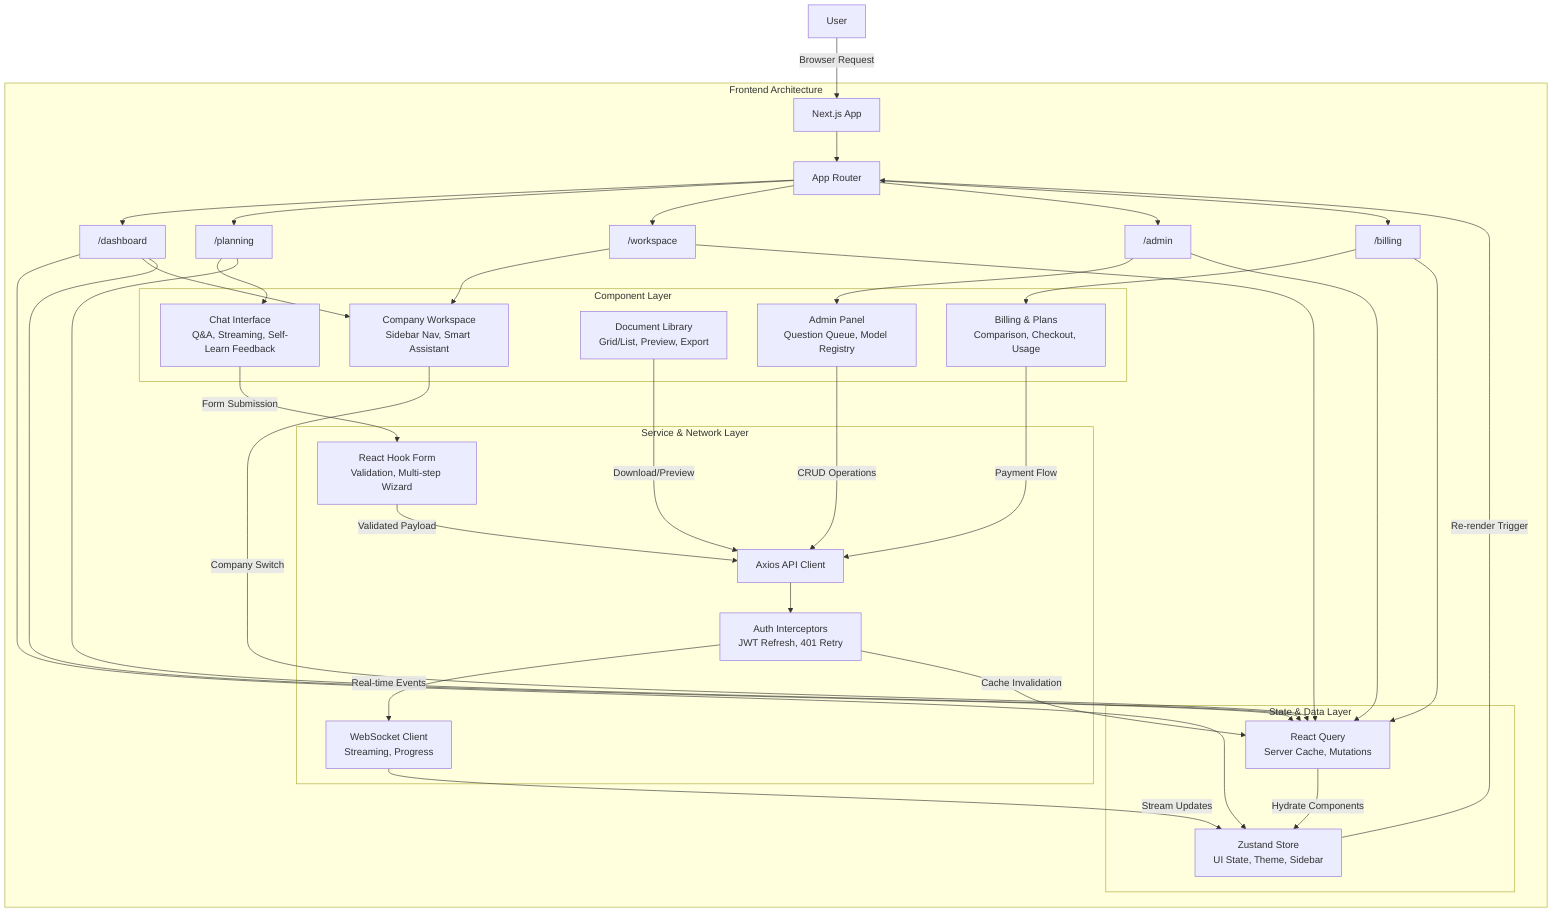
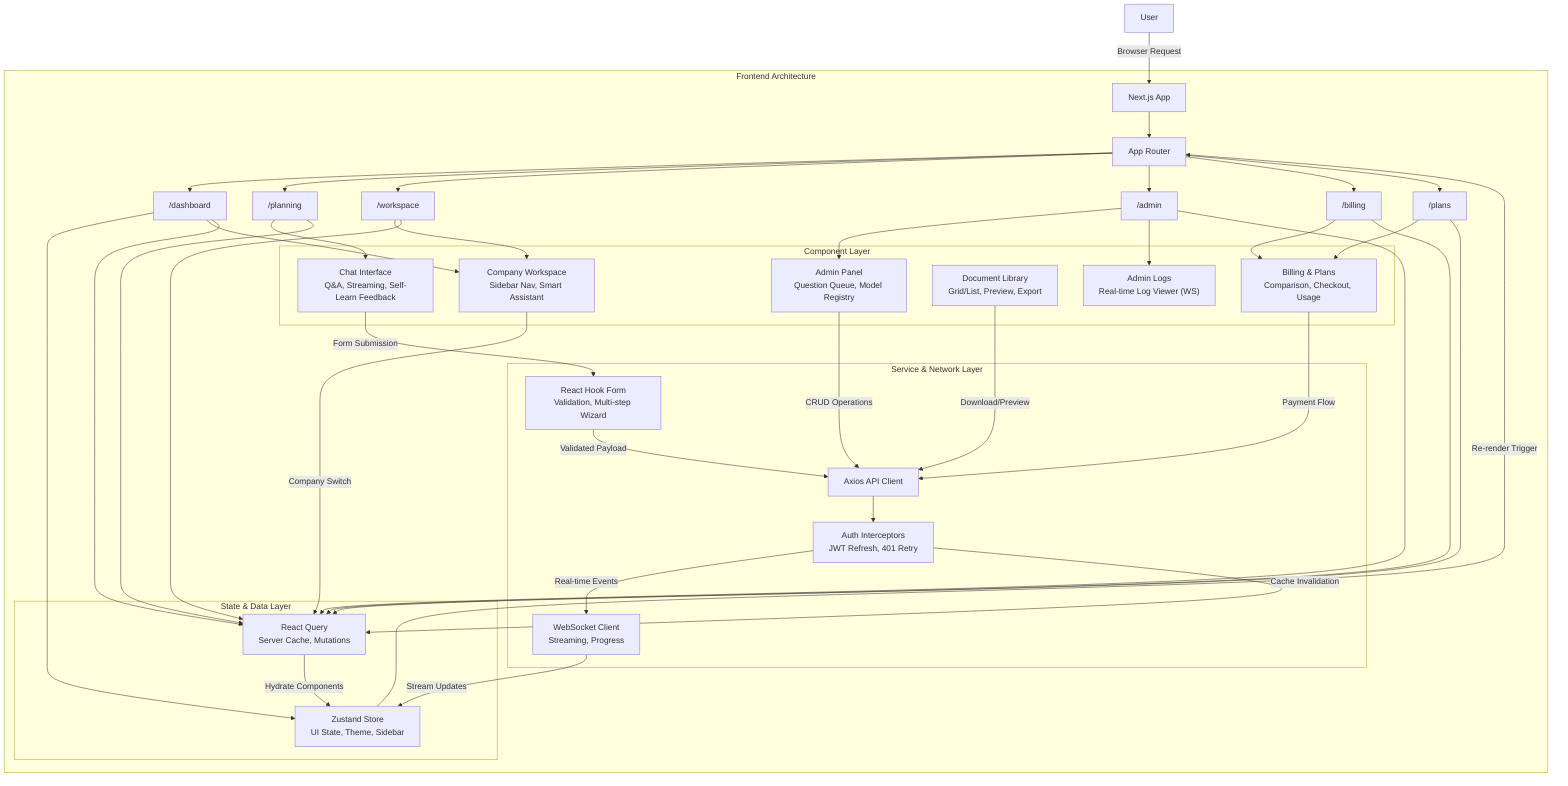
graph TD
    User["User"] -->|"Browser Request"| App["Next.js App"]

    subgraph "Frontend Architecture"
        App --> Router["App Router"]
        Router --> Dashboard["/dashboard"]
        Router --> Planning["/planning"]
        Router --> Workspace["/workspace"]
        Router --> Admin["/admin"]
        Router --> Billing["/billing"]
+         Router --> Plans["/plans"]

        subgraph "State & Data Layer"
            UIState["Zustand Store\nUI State, Theme, Sidebar"]
            ServerState["React Query\nServer Cache, Mutations"]
        end

        subgraph "Component Layer"
            Chat["Chat Interface\nQ&A, Streaming, Self-Learn Feedback"]
            AdminQueue["Admin Panel\nQuestion Queue, Model Registry"]
+             LogsView["Admin Logs\nReal-time Log Viewer (WS)"]
            DocLib["Document Library\nGrid/List, Preview, Export"]
            Paywall["Billing & Plans\nComparison, Checkout, Usage"]
            CompanySelector["Company Workspace\nSidebar Nav, Smart Assistant"]
        end

        subgraph "Service & Network Layer"
            APIClient["Axios API Client"]
            Interceptors["Auth Interceptors\nJWT Refresh, 401 Retry"]
            WSClient["WebSocket Client\nStreaming, Progress"]
            Forms["React Hook Form\nValidation, Multi-step Wizard"]
        end

        Dashboard --> UIState
        Dashboard --> CompanySelector
        Workspace --> CompanySelector
        Planning --> Chat
        Admin --> AdminQueue
+         Admin --> LogsView
        Billing --> Paywall
+         Plans --> Paywall

        Dashboard --> ServerState
        Planning --> ServerState
        Workspace --> ServerState
        Admin --> ServerState
        Billing --> ServerState
+         Plans --> ServerState

        Chat -->|"Form Submission"| Forms
        AdminQueue -->|"CRUD Operations"| APIClient
        Paywall -->|"Payment Flow"| APIClient
        CompanySelector -->|"Company Switch"| ServerState
        DocLib -->|"Download/Preview"| APIClient
        Forms -->|"Validated Payload"| APIClient

        APIClient --> Interceptors
        Interceptors -->|"Real-time Events"| WSClient
        Interceptors -->|"Cache Invalidation"| ServerState

        WSClient -->|"Stream Updates"| UIState
        ServerState -->|"Hydrate Components"| UIState
        UIState -->|"Re-render Trigger"| Router
    end